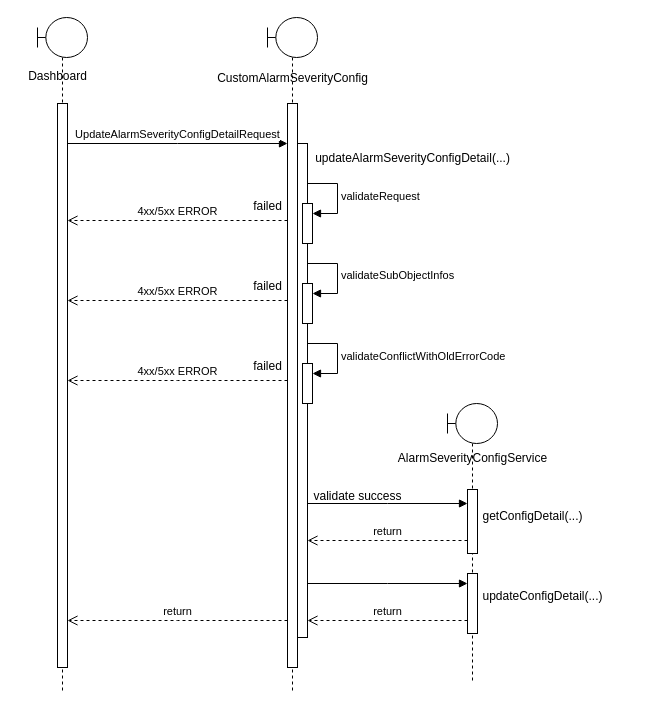
Before: page "Sửa cấu hình" (4 of 5) of change_alarm_severity.drawio in hiep1097/drawio, a draw.io diagram. Source tidied: cells renumbered, new cells numbered last; positions are measured from the earlier drawing's top-left corner, leaving out a move shared by most shapes. Both pictures are drawn from the tidied source at 100%, with x=0, y=0 at pixel (17, 17).
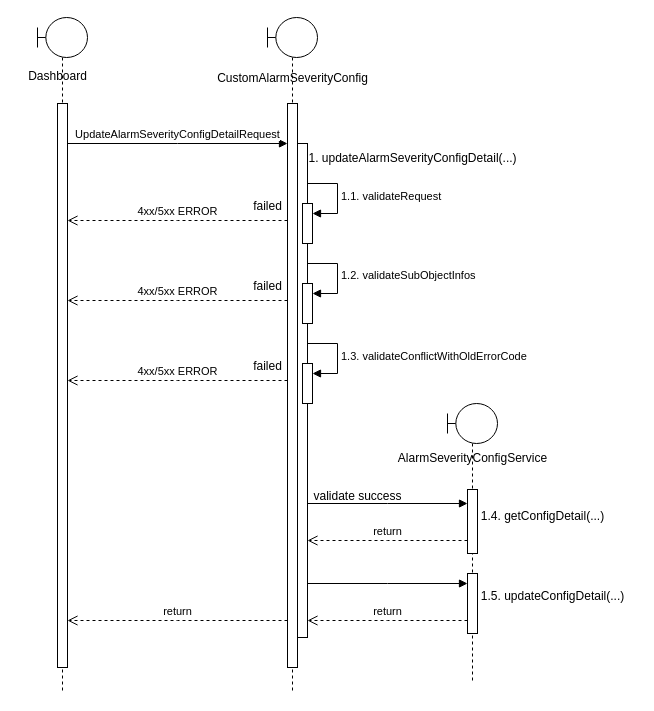
Above is the later version.

Unchanged cells that the change refers to:
```xml
<mxCell id="12" style="html=1;points=[];perimeter=orthogonalPerimeter;outlineConnect=0;targetShapes=umlLifeline;portConstraint=eastwest;newEdgeStyle={&quot;edgeStyle&quot;:&quot;elbowEdgeStyle&quot;,&quot;elbow&quot;:&quot;vertical&quot;,&quot;curved&quot;:0,&quot;rounded&quot;:0};" parent="1" vertex="1">
  <mxGeometry x="285" y="186" width="10" height="40" as="geometry" />
</mxCell>
<mxCell id="14" style="html=1;points=[];perimeter=orthogonalPerimeter;outlineConnect=0;targetShapes=umlLifeline;portConstraint=eastwest;newEdgeStyle={&quot;edgeStyle&quot;:&quot;elbowEdgeStyle&quot;,&quot;elbow&quot;:&quot;vertical&quot;,&quot;curved&quot;:0,&quot;rounded&quot;:0};" parent="1" vertex="1">
  <mxGeometry x="285" y="266" width="10" height="40" as="geometry" />
</mxCell>
<mxCell id="16" style="html=1;points=[];perimeter=orthogonalPerimeter;outlineConnect=0;targetShapes=umlLifeline;portConstraint=eastwest;newEdgeStyle={&quot;edgeStyle&quot;:&quot;elbowEdgeStyle&quot;,&quot;elbow&quot;:&quot;vertical&quot;,&quot;curved&quot;:0,&quot;rounded&quot;:0};" parent="1" vertex="1">
  <mxGeometry x="285" y="346" width="10" height="40" as="geometry" />
</mxCell>
```

The edit, as a diff of the source:
```diff
@@
-    <mxCell id="10" value="updateAlarmSeverityConfigDetail(...)" style="text;html=1;align=center;verticalAlign=middle;strokeColor=none;fillColor=none;" parent="1" vertex="1">
-      <mxGeometry x="285" y="126" width="220" height="30" as="geometry" />
+    <mxCell id="10" value="1. updateAlarmSeverityConfigDetail(...)" style="text;html=1;align=center;verticalAlign=middle;strokeColor=none;fillColor=none;" parent="1" vertex="1">
+      <mxGeometry x="280" y="126" width="230" height="30" as="geometry" />
     </mxCell>
@@
-    <mxCell id="13" value="validateRequest" style="html=1;align=left;spacingLeft=2;endArrow=block;rounded=0;edgeStyle=orthogonalEdgeStyle;curved=0;rounded=0;" parent="1" edge="1" target="12">
+    <mxCell id="13" value="1.1. validateRequest" style="html=1;align=left;spacingLeft=2;endArrow=block;rounded=0;edgeStyle=orthogonalEdgeStyle;curved=0;rounded=0;" parent="1" edge="1" target="12">
       <mxGeometry relative="1" as="geometry">
         <mxPoint x="290" y="166" as="sourcePoint" />
         <Array as="points">
           <mxPoint x="320" y="196" />
         </Array>
       </mxGeometry>
     </mxCell>
@@
-    <mxCell id="15" value="validateSubObjectInfos" style="html=1;align=left;spacingLeft=2;endArrow=block;rounded=0;edgeStyle=orthogonalEdgeStyle;curved=0;rounded=0;" parent="1" edge="1" target="14">
+    <mxCell id="15" value="1.2. validateSubObjectInfos" style="html=1;align=left;spacingLeft=2;endArrow=block;rounded=0;edgeStyle=orthogonalEdgeStyle;curved=0;rounded=0;" parent="1" edge="1" target="14">
       <mxGeometry x="-0.01" relative="1" as="geometry">
         <mxPoint x="290" y="246" as="sourcePoint" />
         <Array as="points">
           <mxPoint x="320" y="276" />
         </Array>
       </mxGeometry>
     </mxCell>
@@
-    <mxCell id="17" value="validateConflictWithOldErrorCode" style="html=1;align=left;spacingLeft=2;endArrow=block;rounded=0;edgeStyle=orthogonalEdgeStyle;curved=0;rounded=0;" parent="1" edge="1" target="16">
+    <mxCell id="17" value="1.3. validateConflictWithOldErrorCode" style="html=1;align=left;spacingLeft=2;endArrow=block;rounded=0;edgeStyle=orthogonalEdgeStyle;curved=0;rounded=0;" parent="1" edge="1" target="16">
       <mxGeometry relative="1" as="geometry">
         <mxPoint x="290" y="326" as="sourcePoint" />
         <Array as="points">
           <mxPoint x="320" y="356" />
         </Array>
       </mxGeometry>
     </mxCell>
@@
-    <mxCell id="22" value="updateConfigDetail(...)" style="text;html=1;align=center;verticalAlign=middle;strokeColor=none;fillColor=none;" parent="1" vertex="1">
-      <mxGeometry x="455" y="564" width="140" height="30" as="geometry" />
+    <mxCell id="22" value="1.5. updateConfigDetail(...)" style="text;html=1;align=center;verticalAlign=middle;strokeColor=none;fillColor=none;" parent="1" vertex="1">
+      <mxGeometry x="450" y="564" width="170" height="30" as="geometry" />
     </mxCell>
@@
-    <mxCell id="31" value="getConfigDetail(...)" style="text;html=1;align=center;verticalAlign=middle;strokeColor=none;fillColor=none;" parent="1" vertex="1">
-      <mxGeometry x="455" y="484" width="120" height="30" as="geometry" />
+    <mxCell id="31" value="1.4. getConfigDetail(...)" style="text;html=1;align=center;verticalAlign=middle;strokeColor=none;fillColor=none;" parent="1" vertex="1">
+      <mxGeometry x="450" y="484" width="150" height="30" as="geometry" />
     </mxCell>
```
